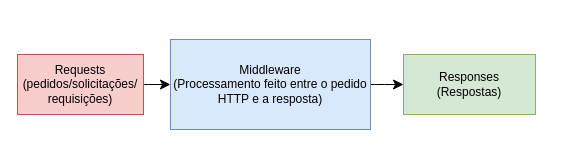
The draw.io diagram Diagrama sem nome.drawio in EngSivaldo/APIsExpressJS, before the edit. Source tidied: cells renumbered, new cells numbered last; positions are measured from the earlier drawing's top-left corner, leaving out a move shared by most shapes. Both pictures are drawn from the tidied source at 100%, with x=0, y=0 at pixel (17, 39).
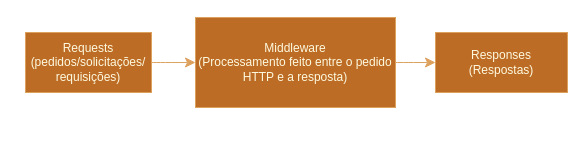
The same page after the edit.

Diff of the diagram source:
```diff
@@
-<mxGraphModel>
+<mxGraphModel background="#ffffff">
   <root>
     <mxCell id="0" />
     <mxCell id="1" parent="0" />
-    <mxCell id="2" style="edgeStyle=none;curved=1;rounded=0;jettySize=auto;html=1;exitX=1;exitY=0.5;exitDx=0;exitDy=0;fontSize=12;startSize=8;endSize=8;" parent="1" edge="1" source="3" target="6">
+    <mxCell id="2" style="edgeStyle=none;curved=1;rounded=0;jettySize=auto;html=1;exitX=1;exitY=0.5;exitDx=0;exitDy=0;fontSize=12;startSize=8;endSize=8;labelBackgroundColor=none;strokeColor=#DDA15E;fontColor=default;" parent="1" edge="1" source="3" target="6">
       <mxGeometry relative="1" as="geometry" />
     </mxCell>
-    <mxCell id="3" value="Requests (pedidos/solicitações/&lt;div&gt;requisições)&lt;/div&gt;" style="rounded=0;whiteSpace=wrap;html=1;fillColor=#f8cecc;strokeColor=#b85450;" parent="1" vertex="1">
-      <mxGeometry y="15" width="126" height="60" as="geometry" />
+    <mxCell id="3" value="Requests (pedidos/solicitações/&lt;div&gt;requisições)&lt;/div&gt;" style="rounded=0;whiteSpace=wrap;html=1;fillColor=#BC6C25;strokeColor=#DDA15E;labelBackgroundColor=none;fontColor=#FEFAE0;" parent="1" vertex="1">
+      <mxGeometry x="8" y="-7" width="126" height="60" as="geometry" />
     </mxCell>
-    <mxCell id="4" value="Responses&lt;div&gt;(Respostas)&lt;/div&gt;" style="rounded=0;whiteSpace=wrap;html=1;fillColor=#d5e8d4;strokeColor=#82b366;" parent="1" vertex="1">
-      <mxGeometry x="386" y="15" width="132" height="60" as="geometry" />
+    <mxCell id="4" value="Responses&lt;div&gt;(Respostas)&lt;/div&gt;" style="rounded=0;whiteSpace=wrap;html=1;fillColor=#BC6C25;strokeColor=#DDA15E;labelBackgroundColor=none;fontColor=#FEFAE0;" parent="1" vertex="1">
+      <mxGeometry x="418" y="-7" width="132" height="60" as="geometry" />
     </mxCell>
-    <mxCell id="5" style="edgeStyle=none;curved=1;rounded=0;jettySize=auto;html=1;exitX=1;exitY=0.5;exitDx=0;exitDy=0;entryX=0;entryY=0.5;entryDx=0;entryDy=0;fontSize=12;startSize=8;endSize=8;" parent="1" edge="1" source="6" target="4">
+    <mxCell id="5" style="edgeStyle=none;curved=1;rounded=0;jettySize=auto;html=1;exitX=1;exitY=0.5;exitDx=0;exitDy=0;entryX=0;entryY=0.5;entryDx=0;entryDy=0;fontSize=12;startSize=8;endSize=8;labelBackgroundColor=none;strokeColor=#DDA15E;fontColor=default;" parent="1" edge="1" source="6" target="4">
       <mxGeometry relative="1" as="geometry" />
     </mxCell>
-    <mxCell id="6" value="Middleware&lt;div&gt;(Processamento feito entre o pedido HTTP e a resposta)&lt;/div&gt;" style="rounded=0;whiteSpace=wrap;html=1;fillColor=#dae8fc;strokeColor=#6c8ebf;" parent="1" vertex="1">
-      <mxGeometry x="153" width="200" height="90" as="geometry" />
+    <mxCell id="6" value="Middleware&lt;div&gt;(Processamento feito entre o pedido HTTP e a resposta)&lt;/div&gt;" style="rounded=0;whiteSpace=wrap;html=1;fillColor=#BC6C25;strokeColor=#DDA15E;labelBackgroundColor=none;fontColor=#FEFAE0;" parent="1" vertex="1">
+      <mxGeometry x="178" y="-22" width="200" height="90" as="geometry" />
     </mxCell>
   </root>
 </mxGraphModel>
```
